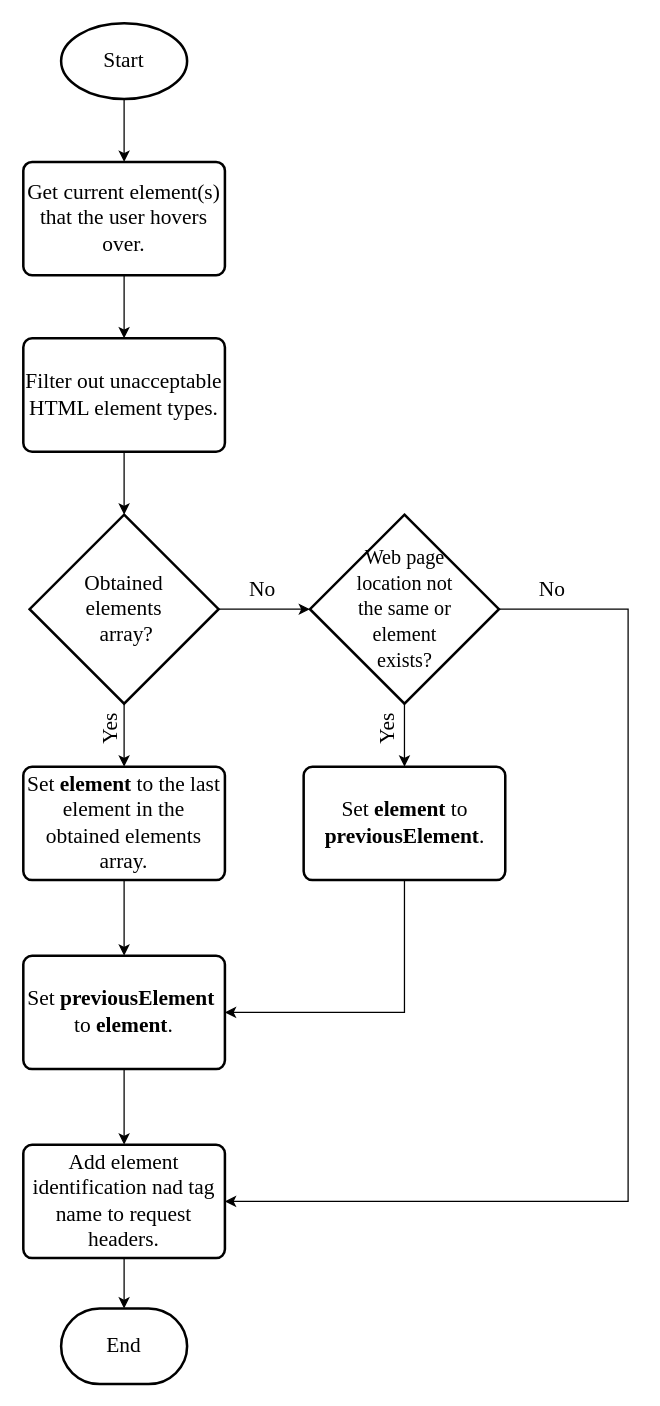
Above: img/Chapter2/element_capturing/element_capturing.drawio in CorrieScheepers/Masters (draw.io), before the change. Source tidied: cells renumbered, new cells numbered last; positions are measured from the earlier drawing's top-left corner, leaving out a move shared by most shapes. Both pictures are drawn from the tidied source at 126%, with x=0, y=0 at pixel (23, 23).
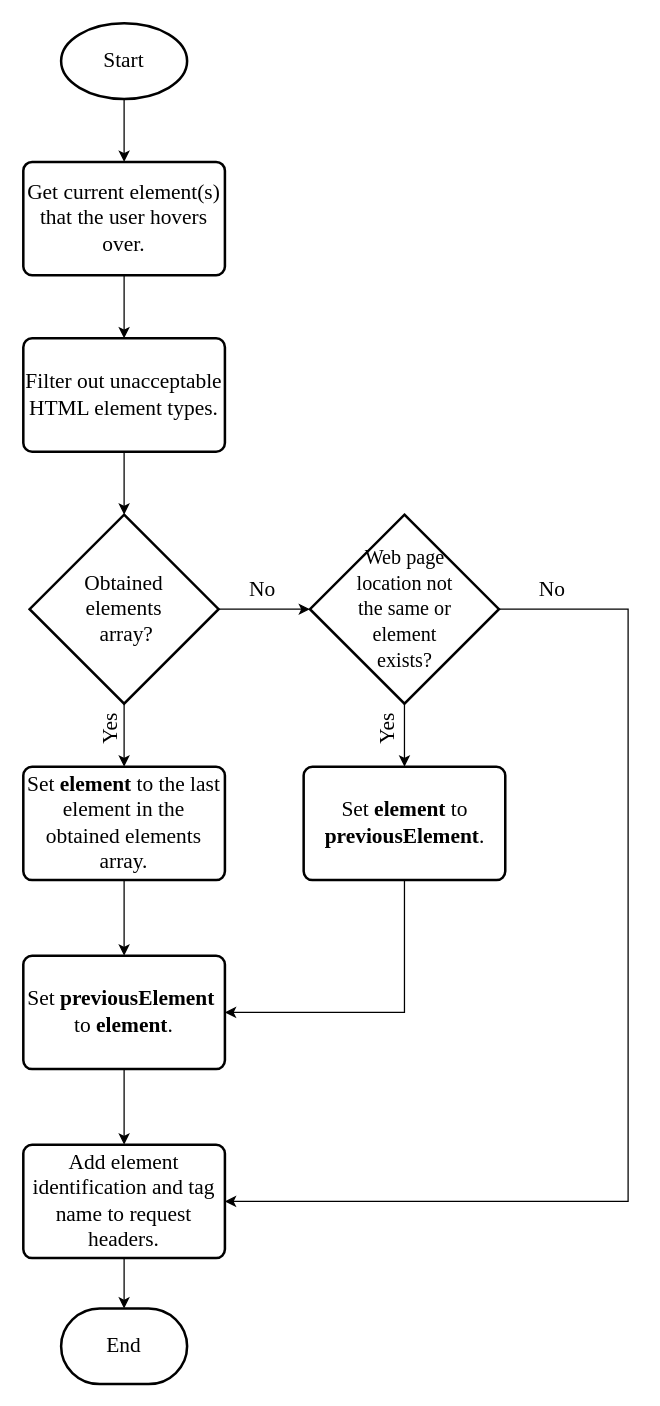
The same page after the edit.

The edit, as a diff of the source:
```diff
@@
-    <mxCell id="25" value="Add element identification nad tag name to&amp;nbsp;request headers." style="rounded=1;whiteSpace=wrap;html=1;absoluteArcSize=1;arcSize=14;strokeWidth=2;fontFamily=Times New Roman;fillColor=none;fontSize=17;" parent="1" vertex="1">
+    <mxCell id="25" value="Add element identification and tag name to&amp;nbsp;request headers." style="rounded=1;whiteSpace=wrap;html=1;absoluteArcSize=1;arcSize=14;strokeWidth=2;fontFamily=Times New Roman;fillColor=none;fontSize=17;" parent="1" vertex="1">
       <mxGeometry y="890" width="160" height="90" as="geometry" />
     </mxCell>
```
